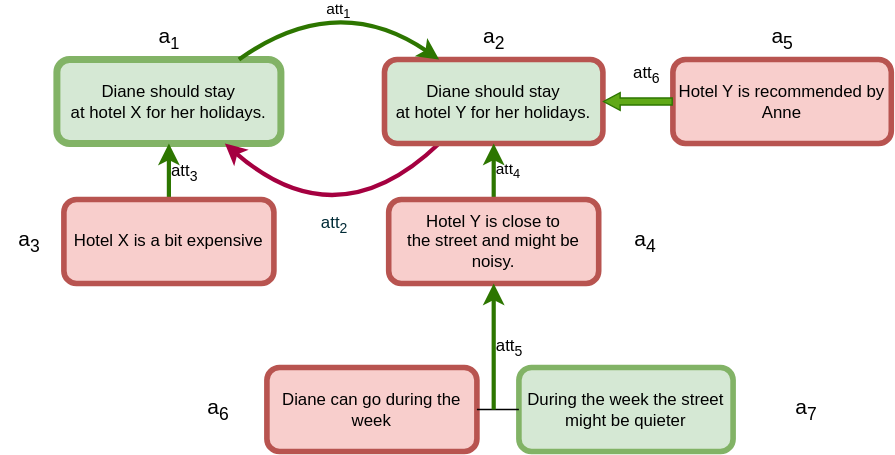
This is img/mpe_x.svg from PietroTotis/XAI-Seminar, a draw.io export, as it was before one commit. Source tidied: cells renumbered, new cells last; positions are measured from the earlier drawing's top-left corner, leaving out a move shared by most shapes.
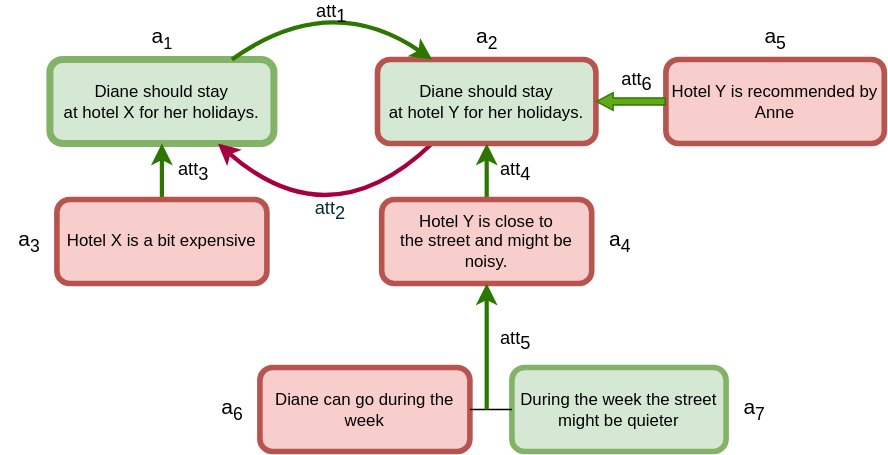
The same file after the commit.

Diff of the diagram source:
```diff
@@ -5,8 +5,8 @@
     <mxCell id="2" value="Diane should stay&lt;br&gt;at hotel X for her holidays." style="rounded=1;whiteSpace=wrap;html=1;fillColor=#d5e8d4;strokeColor=#82b366;strokeWidth=5;" parent="1" vertex="1">
       <mxGeometry x="40" y="50" width="160" height="60" as="geometry" />
     </mxCell>
-    <mxCell id="3" value="&lt;font style=&quot;font-size: 12px;&quot; color=&quot;#002B36&quot;&gt;att&lt;sub&gt;2&lt;/sub&gt;&lt;/font&gt;" style="edgeStyle=none;curved=1;jettySize=auto;html=1;exitX=0.25;exitY=1;exitDx=0;exitDy=0;entryX=0.75;entryY=1;entryDx=0;entryDy=0;labelBackgroundColor=none;fontColor=#1D8DB0;fontSize=14;labelPosition=center;verticalLabelPosition=top;align=center;verticalAlign=bottom;fillColor=#d80073;strokeColor=#A50040;strokeWidth=3;" parent="1" edge="1" source="4" target="2">
-      <mxGeometry relative="1" as="geometry">
+    <mxCell id="3" value="&lt;font style=&quot;font-size: 13px;&quot; color=&quot;#002B36&quot;&gt;att&lt;sub style=&quot;font-size: 13px;&quot;&gt;2&lt;/sub&gt;&lt;/font&gt;" style="edgeStyle=none;curved=1;jettySize=auto;html=1;exitX=0.25;exitY=1;exitDx=0;exitDy=0;entryX=0.75;entryY=1;entryDx=0;entryDy=0;labelBackgroundColor=none;fontColor=#1D8DB0;fontSize=13;labelPosition=center;verticalLabelPosition=top;align=center;verticalAlign=bottom;fillColor=#d80073;strokeColor=#A50040;strokeWidth=3;" parent="1" edge="1" source="4" target="2">
+      <mxGeometry x="-0.09" y="-7" relative="1" as="geometry">
         <Array as="points">
           <mxPoint x="240" y="180" />
         </Array>
@@ -15,19 +15,19 @@
     <mxCell id="4" value="Diane should stay&lt;br&gt;at hotel Y for her holidays." style="rounded=1;whiteSpace=wrap;html=1;fillColor=#d5e8d4;strokeColor=#B85450;strokeWidth=4;" parent="1" vertex="1">
       <mxGeometry x="274" y="50" width="156" height="60" as="geometry" />
     </mxCell>
-    <mxCell id="5" value="&lt;font style=&quot;font-size: 12px;&quot;&gt;att&lt;sub&gt;3&lt;/sub&gt;&lt;/font&gt;" style="edgeStyle=orthogonalEdgeStyle;rounded=0;jettySize=auto;html=1;exitX=0.5;exitY=0;exitDx=0;exitDy=0;entryX=0.5;entryY=1;entryDx=0;entryDy=0;labelPosition=right;verticalLabelPosition=middle;align=left;verticalAlign=middle;fontSize=14;labelBackgroundColor=none;fillColor=#60a917;strokeColor=#2D7600;strokeWidth=3;" parent="1" edge="1" source="6" target="2">
-      <mxGeometry relative="1" as="geometry" />
+    <mxCell id="5" value="&lt;font style=&quot;font-size: 13px;&quot;&gt;att&lt;sub style=&quot;font-size: 13px;&quot;&gt;3&lt;/sub&gt;&lt;/font&gt;" style="edgeStyle=orthogonalEdgeStyle;rounded=0;jettySize=auto;html=1;exitX=0.5;exitY=0;exitDx=0;exitDy=0;entryX=0.5;entryY=1;entryDx=0;entryDy=0;labelPosition=right;verticalLabelPosition=middle;align=left;verticalAlign=middle;fontSize=13;labelBackgroundColor=none;fillColor=#60a917;strokeColor=#2D7600;strokeWidth=3;" parent="1" edge="1" source="6" target="2">
+      <mxGeometry y="-10" relative="1" as="geometry" />
     </mxCell>
     <mxCell id="6" value="Hotel X is a bit expensive" style="rounded=1;whiteSpace=wrap;html=1;fillColor=#f8cecc;strokeColor=#b85450;strokeWidth=4;" parent="1" vertex="1">
       <mxGeometry x="45" y="150" width="150" height="60" as="geometry" />
     </mxCell>
-    <mxCell id="7" value="att&lt;sub&gt;4&lt;/sub&gt;" style="edgeStyle=orthogonalEdgeStyle;rounded=0;jettySize=auto;html=1;exitX=0.5;exitY=0;exitDx=0;exitDy=0;entryX=0.5;entryY=1;entryDx=0;entryDy=0;labelPosition=right;verticalLabelPosition=middle;align=left;verticalAlign=middle;labelBackgroundColor=none;fillColor=#60a917;strokeColor=#2D7600;strokeWidth=3;" parent="1" edge="1" source="8" target="4">
-      <mxGeometry relative="1" as="geometry" />
+    <mxCell id="7" value="att&lt;sub style=&quot;font-size: 13px;&quot;&gt;4&lt;/sub&gt;" style="edgeStyle=orthogonalEdgeStyle;rounded=0;jettySize=auto;html=1;exitX=0.5;exitY=0;exitDx=0;exitDy=0;entryX=0.5;entryY=1;entryDx=0;entryDy=0;labelPosition=right;verticalLabelPosition=middle;align=left;verticalAlign=middle;labelBackgroundColor=none;fillColor=#60a917;strokeColor=#2D7600;strokeWidth=3;fontSize=13;" parent="1" edge="1" source="8" target="4">
+      <mxGeometry y="-8" relative="1" as="geometry" />
     </mxCell>
     <mxCell id="8" value="Hotel Y is close to&lt;br&gt;the street and might be noisy." style="rounded=1;whiteSpace=wrap;html=1;fillColor=#f8cecc;strokeColor=#b85450;strokeWidth=4;" parent="1" vertex="1">
       <mxGeometry x="277" y="150" width="150" height="60" as="geometry" />
     </mxCell>
-    <mxCell id="9" value="att&lt;sub&gt;1&lt;/sub&gt;" style="endArrow=classic;html=1;entryX=0.25;entryY=0;entryDx=0;entryDy=0;curved=1;labelPosition=center;verticalLabelPosition=bottom;align=center;verticalAlign=top;labelBackgroundColor=none;fillColor=#60a917;strokeColor=#2D7600;strokeWidth=3;" parent="1" edge="1" target="4">
+    <mxCell id="9" value="att&lt;sub style=&quot;font-size: 13px;&quot;&gt;1&lt;/sub&gt;" style="endArrow=classic;html=1;entryX=0.25;entryY=0;entryDx=0;entryDy=0;curved=1;labelPosition=center;verticalLabelPosition=bottom;align=center;verticalAlign=top;labelBackgroundColor=none;fillColor=#60a917;strokeColor=#2D7600;strokeWidth=3;fontSize=13;" parent="1" edge="1" target="4">
       <mxGeometry relative="1" as="geometry">
         <mxPoint x="170" y="50" as="sourcePoint" />
         <Array as="points">
@@ -42,10 +42,10 @@
       <mxGeometry x="332" y="20" width="40" height="30" as="geometry" />
     </mxCell>
     <mxCell id="12" value="a&lt;sub&gt;3&lt;/sub&gt;" style="text;html=1;align=center;verticalAlign=middle;strokeColor=none;fillColor=none;fontSize=15;" parent="1" vertex="1">
-      <mxGeometry y="165" width="40" height="30" as="geometry" />
+      <mxGeometry x="5" y="165" width="40" height="30" as="geometry" />
     </mxCell>
     <mxCell id="13" value="a&lt;sub&gt;4&lt;/sub&gt;" style="text;html=1;align=center;verticalAlign=middle;strokeColor=none;fillColor=none;fontSize=15;" parent="1" vertex="1">
-      <mxGeometry x="440" y="165" width="40" height="30" as="geometry" />
+      <mxGeometry x="426.5" y="165" width="40" height="30" as="geometry" />
     </mxCell>
     <mxCell id="14" value="Hotel Y is recommended by Anne" style="rounded=1;whiteSpace=wrap;html=1;fillColor=#f8cecc;strokeColor=#b85450;strokeWidth=4;" parent="1" vertex="1">
       <mxGeometry x="480" y="50" width="156" height="60" as="geometry" />
@@ -63,10 +63,10 @@
       <mxGeometry x="370" y="270" width="153" height="60" as="geometry" />
     </mxCell>
     <mxCell id="19" value="a&lt;sub&gt;6&lt;/sub&gt;" style="text;html=1;align=center;verticalAlign=middle;strokeColor=none;fillColor=none;fontSize=15;" parent="1" vertex="1">
-      <mxGeometry x="135" y="285" width="40" height="30" as="geometry" />
+      <mxGeometry x="150" y="285" width="40" height="30" as="geometry" />
     </mxCell>
     <mxCell id="20" value="a&lt;sub&gt;7&lt;/sub&gt;" style="text;html=1;align=center;verticalAlign=middle;strokeColor=none;fillColor=none;fontSize=15;" parent="1" vertex="1">
-      <mxGeometry x="555" y="285" width="40" height="30" as="geometry" />
+      <mxGeometry x="523" y="285" width="40" height="30" as="geometry" />
     </mxCell>
     <mxCell id="21" style="endArrow=none;html=1;rounded=0;entryX=0;entryY=0.5;entryDx=0;entryDy=0;exitX=1;exitY=0.5;exitDx=0;exitDy=0;" parent="1" edge="1" source="17" target="18">
       <mxGeometry relative="1" as="geometry" />
@@ -76,12 +76,14 @@
         <mxPoint x="352" y="300" as="sourcePoint" />
       </mxGeometry>
     </mxCell>
-    <mxCell id="23" value="&lt;font style=&quot;font-size: 12px;&quot;&gt;att&lt;sub&gt;5&lt;/sub&gt;&lt;/font&gt;" style="edgeLabel;html=1;align=left;verticalAlign=middle;labelPosition=right;verticalLabelPosition=middle;fontSize=15;labelBackgroundColor=none;" parent="22" vertex="1">
-      <mxGeometry relative="1" as="geometry" />
+    <mxCell id="23" value="&lt;font style=&quot;font-size: 13px;&quot;&gt;att&lt;sub style=&quot;font-size: 13px;&quot;&gt;5&lt;/sub&gt;&lt;/font&gt;" style="edgeLabel;html=1;align=left;verticalAlign=middle;labelPosition=right;verticalLabelPosition=middle;fontSize=13;labelBackgroundColor=none;" parent="22" vertex="1">
+      <mxGeometry relative="1" as="geometry">
+        <mxPoint x="8" y="-5" as="offset" />
+      </mxGeometry>
     </mxCell>
-    <mxCell id="24" value="&lt;font style=&quot;font-size: 12px;&quot;&gt;att&lt;sub&gt;6&lt;/sub&gt;&lt;/font&gt;" style="edgeLabel;html=1;align=center;verticalAlign=middle;fontSize=15;fontColor=#000000;labelBackgroundColor=none;" parent="1" vertex="1">
+    <mxCell id="24" value="&lt;font style=&quot;font-size: 13px;&quot;&gt;att&lt;sub style=&quot;font-size: 13px;&quot;&gt;6&lt;/sub&gt;&lt;/font&gt;" style="edgeLabel;html=1;align=center;verticalAlign=middle;fontSize=13;fontColor=#000000;labelBackgroundColor=none;" parent="1" vertex="1">
       <mxGeometry x="460" y="60" as="geometry">
-        <mxPoint x="1" as="offset" />
+        <mxPoint x="-2" y="5" as="offset" />
       </mxGeometry>
     </mxCell>
   </root>
```
